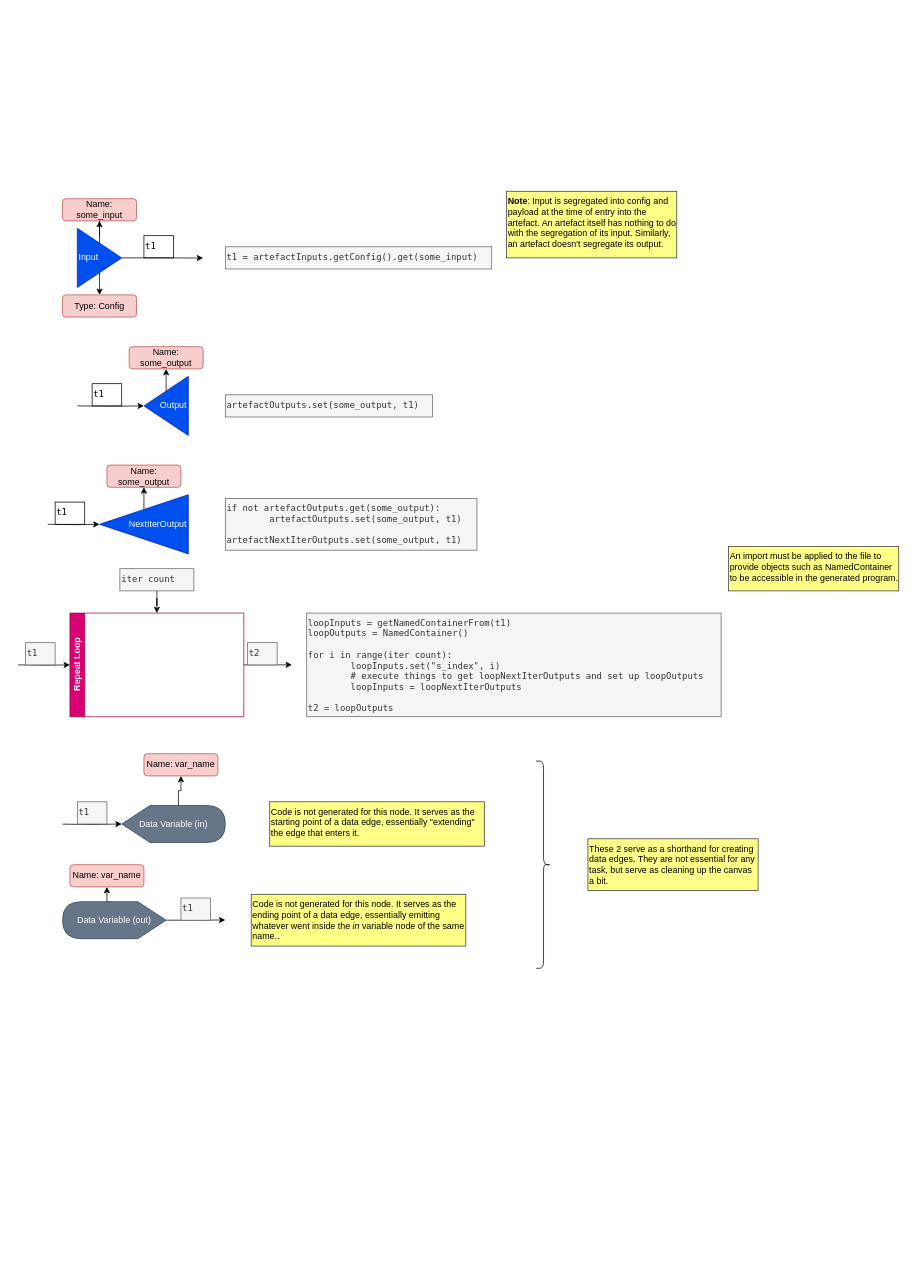
Above: New Language Examples/Basic Node Usage.drawio in rohan843/dnncase (draw.io), before the change. Source tidied: cells renumbered, new cells numbered last; positions are measured from the earlier drawing's top-left corner, leaving out a move shared by most shapes. Both pictures are drawn from the tidied source at 74%, with x=0, y=0 at pixel (18, 191).
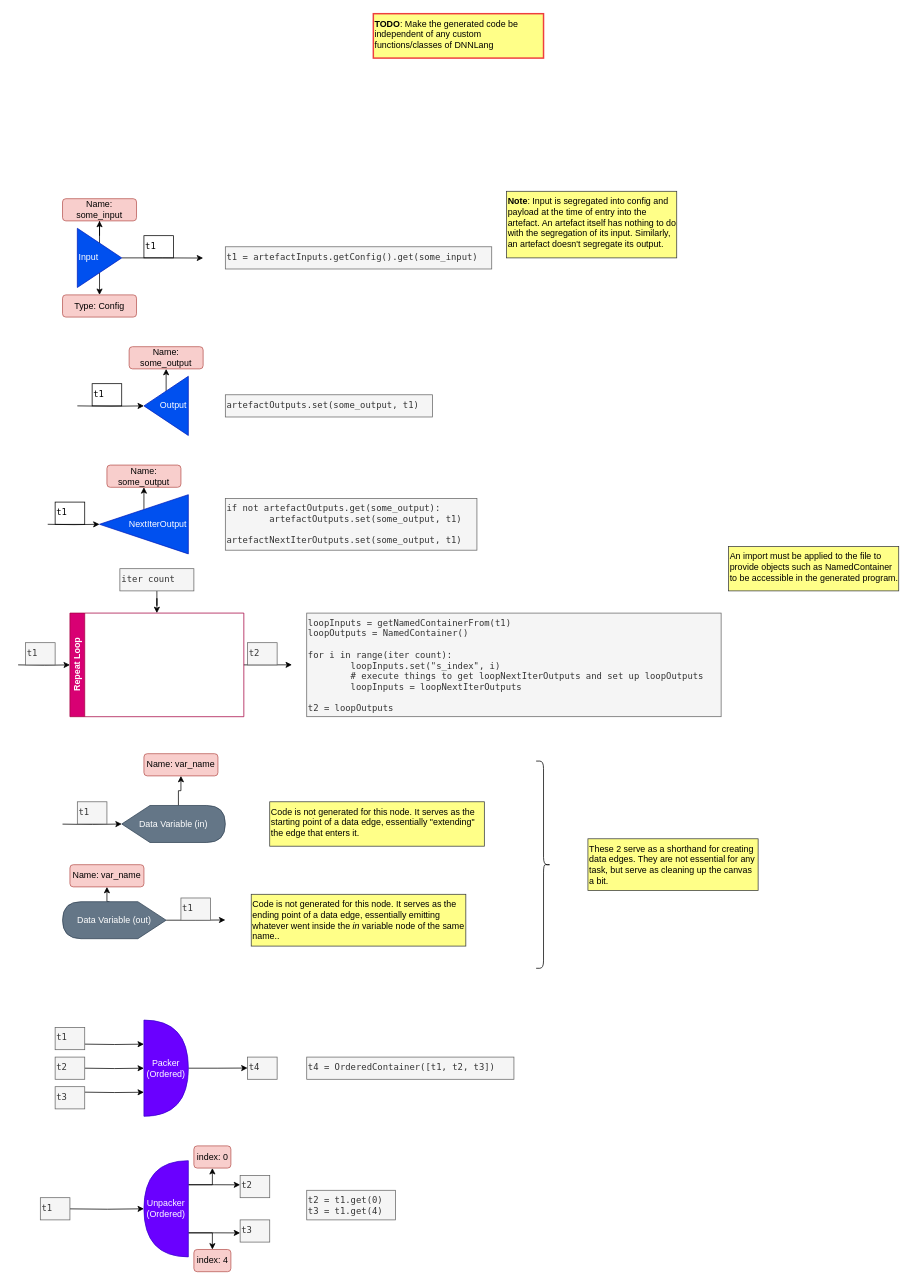
After the change.

Commit message:
doc: finish ordered packer-unpacker description

Change to the diagram source:
```diff
@@
+    <mxCell id="46" style="edgeStyle=orthogonalEdgeStyle;rounded=0;jettySize=auto;html=1;exitX=0;exitY=0.25;exitDx=0;exitDy=0;exitPerimeter=0;entryX=0;entryY=0.25;entryDx=0;entryDy=0;entryPerimeter=0;" parent="1" edge="1" target="50">
+      <mxGeometry relative="1" as="geometry">
+        <mxPoint x="90" y="1152.5" as="sourcePoint" />
+      </mxGeometry>
+    </mxCell>
+    <mxCell id="47" style="edgeStyle=orthogonalEdgeStyle;rounded=0;jettySize=auto;html=1;exitX=0;exitY=0.5;exitDx=0;exitDy=0;exitPerimeter=0;entryX=0;entryY=0.5;entryDx=0;entryDy=0;entryPerimeter=0;" parent="1" edge="1" target="50">
+      <mxGeometry relative="1" as="geometry">
+        <mxPoint x="90" y="1185" as="sourcePoint" />
+      </mxGeometry>
+    </mxCell>
+    <mxCell id="48" style="edgeStyle=orthogonalEdgeStyle;rounded=0;jettySize=auto;html=1;exitX=0;exitY=0.75;exitDx=0;exitDy=0;exitPerimeter=0;entryX=0;entryY=0.75;entryDx=0;entryDy=0;entryPerimeter=0;" parent="1" edge="1" target="50">
+      <mxGeometry relative="1" as="geometry">
+        <mxPoint x="90" y="1217.4" as="sourcePoint" />
+      </mxGeometry>
+    </mxCell>
+    <mxCell id="49" style="edgeStyle=orthogonalEdgeStyle;rounded=0;jettySize=auto;html=1;exitX=1;exitY=0.5;exitDx=0;exitDy=0;exitPerimeter=0;" parent="1" edge="1" source="50">
+      <mxGeometry relative="1" as="geometry">
+        <mxPoint x="310" y="1184.8" as="targetPoint" />
+      </mxGeometry>
+    </mxCell>
+    <mxCell id="50" value="Packer&lt;br&gt;(Ordered)" style="shape=or;whiteSpace=wrap;html=1;fillColor=#6a00ff;fontColor=#ffffff;strokeColor=#3700CC;" parent="1" vertex="1">
+      <mxGeometry x="170" y="1120" width="60" height="130" as="geometry" />
+    </mxCell>
+    <mxCell id="51" value="t1" style="text;html=1;align=left;verticalAlign=top;whiteSpace=wrap;rounded=0;fontFamily=Lucida Console;fillColor=#f5f5f5;fontColor=#333333;strokeColor=#666666;" parent="1" vertex="1">
+      <mxGeometry x="50" y="1130" width="40" height="30" as="geometry" />
+    </mxCell>
+    <mxCell id="52" value="t2" style="text;html=1;align=left;verticalAlign=top;whiteSpace=wrap;rounded=0;fontFamily=Lucida Console;fillColor=#f5f5f5;fontColor=#333333;strokeColor=#666666;" parent="1" vertex="1">
+      <mxGeometry x="50" y="1170" width="40" height="30" as="geometry" />
+    </mxCell>
+    <mxCell id="53" value="t3" style="text;html=1;align=left;verticalAlign=top;whiteSpace=wrap;rounded=0;fontFamily=Lucida Console;fillColor=#f5f5f5;fontColor=#333333;strokeColor=#666666;" parent="1" vertex="1">
+      <mxGeometry x="50" y="1210" width="40" height="30" as="geometry" />
+    </mxCell>
+    <mxCell id="54" value="t4" style="text;html=1;align=left;verticalAlign=top;whiteSpace=wrap;rounded=0;fontFamily=Lucida Console;fillColor=#f5f5f5;fontColor=#333333;strokeColor=#666666;" parent="1" vertex="1">
+      <mxGeometry x="310" y="1170" width="40" height="30" as="geometry" />
+    </mxCell>
+    <mxCell id="55" value="t4 = OrderedContainer([t1, t2, t3])" style="text;html=1;align=left;verticalAlign=top;whiteSpace=wrap;rounded=0;fontFamily=Lucida Console;fillColor=#f5f5f5;fontColor=#333333;strokeColor=#666666;" parent="1" vertex="1">
+      <mxGeometry x="390" y="1170" width="280" height="30" as="geometry" />
+    </mxCell>
+    <mxCell id="56" value="&lt;b&gt;TODO&lt;/b&gt;: Make the generated code be independent of any custom functions/classes of DNNLang" style="text;html=1;strokeColor=#ee3f3f;fillColor=#ffff88;align=left;verticalAlign=top;whiteSpace=wrap;rounded=0;fixedWidth=1;strokeWidth=2;" parent="1" vertex="1">
+      <mxGeometry x="480" y="-240" width="230" height="60" as="geometry" />
+    </mxCell>
+    <mxCell id="57" style="edgeStyle=orthogonalEdgeStyle;rounded=0;jettySize=auto;html=1;exitX=1;exitY=0.5;exitDx=0;exitDy=0;exitPerimeter=0;entryX=1;entryY=0.5;entryDx=0;entryDy=0;entryPerimeter=0;" parent="1" edge="1" target="62">
+      <mxGeometry relative="1" as="geometry">
+        <mxPoint x="70" y="1375.1" as="sourcePoint" />
+      </mxGeometry>
+    </mxCell>
+    <mxCell id="58" style="edgeStyle=orthogonalEdgeStyle;rounded=0;jettySize=auto;html=1;exitX=0;exitY=0.75;exitDx=0;exitDy=0;exitPerimeter=0;" parent="1" edge="1" source="62">
+      <mxGeometry relative="1" as="geometry">
+        <mxPoint x="300" y="1342.6" as="targetPoint" />
+      </mxGeometry>
+    </mxCell>
+    <mxCell id="59" style="edgeStyle=orthogonalEdgeStyle;rounded=0;jettySize=auto;html=1;exitX=0;exitY=0.25;exitDx=0;exitDy=0;exitPerimeter=0;" parent="1" edge="1" source="62">
+      <mxGeometry relative="1" as="geometry">
+        <mxPoint x="300" y="1407.6" as="targetPoint" />
+      </mxGeometry>
+    </mxCell>
+    <mxCell id="60" style="edgeStyle=orthogonalEdgeStyle;rounded=0;jettySize=auto;html=1;exitX=0;exitY=0.75;exitDx=0;exitDy=0;exitPerimeter=0;entryX=0.5;entryY=1;entryDx=0;entryDy=0;" parent="1" edge="1" source="62" target="66">
+      <mxGeometry relative="1" as="geometry" />
+    </mxCell>
+    <mxCell id="61" style="edgeStyle=orthogonalEdgeStyle;rounded=0;jettySize=auto;html=1;exitX=0;exitY=0.25;exitDx=0;exitDy=0;exitPerimeter=0;entryX=0.5;entryY=0;entryDx=0;entryDy=0;" parent="1" edge="1" source="62" target="67">
+      <mxGeometry relative="1" as="geometry" />
+    </mxCell>
+    <mxCell id="62" value="Unpacker&lt;br&gt;(Ordered)" style="shape=or;whiteSpace=wrap;html=1;fillColor=#6a00ff;fontColor=#ffffff;strokeColor=#3700CC;direction=west;" parent="1" vertex="1">
+      <mxGeometry x="170" y="1310" width="60" height="130" as="geometry" />
+    </mxCell>
+    <mxCell id="63" value="t1" style="text;html=1;align=left;verticalAlign=top;whiteSpace=wrap;rounded=0;fontFamily=Lucida Console;fillColor=#f5f5f5;fontColor=#333333;strokeColor=#666666;" parent="1" vertex="1">
+      <mxGeometry x="30" y="1360" width="40" height="30" as="geometry" />
+    </mxCell>
+    <mxCell id="64" value="t2" style="text;html=1;align=left;verticalAlign=top;whiteSpace=wrap;rounded=0;fontFamily=Lucida Console;fillColor=#f5f5f5;fontColor=#333333;strokeColor=#666666;" parent="1" vertex="1">
+      <mxGeometry x="300" y="1330" width="40" height="30" as="geometry" />
+    </mxCell>
+    <mxCell id="65" value="t3" style="text;html=1;align=left;verticalAlign=top;whiteSpace=wrap;rounded=0;fontFamily=Lucida Console;fillColor=#f5f5f5;fontColor=#333333;strokeColor=#666666;" parent="1" vertex="1">
+      <mxGeometry x="300" y="1390" width="40" height="30" as="geometry" />
+    </mxCell>
+    <mxCell id="66" value="index: 0" style="rounded=1;whiteSpace=wrap;html=1;fillColor=#f8cecc;strokeColor=#b85450;" parent="1" vertex="1">
+      <mxGeometry x="237.5" y="1290" width="50" height="30" as="geometry" />
+    </mxCell>
+    <mxCell id="67" value="index: 4" style="rounded=1;whiteSpace=wrap;html=1;fillColor=#f8cecc;strokeColor=#b85450;" parent="1" vertex="1">
+      <mxGeometry x="237.5" y="1430" width="50" height="30" as="geometry" />
+    </mxCell>
+    <mxCell id="68" value="t2 = t1.get(0)&lt;br&gt;t3 = t1.get(4)" style="text;html=1;align=left;verticalAlign=top;whiteSpace=wrap;rounded=0;fontFamily=Lucida Console;fillColor=#f5f5f5;fontColor=#333333;strokeColor=#666666;" parent="1" vertex="1">
+      <mxGeometry x="390" y="1350" width="120" height="40" as="geometry" />
+    </mxCell>
```
